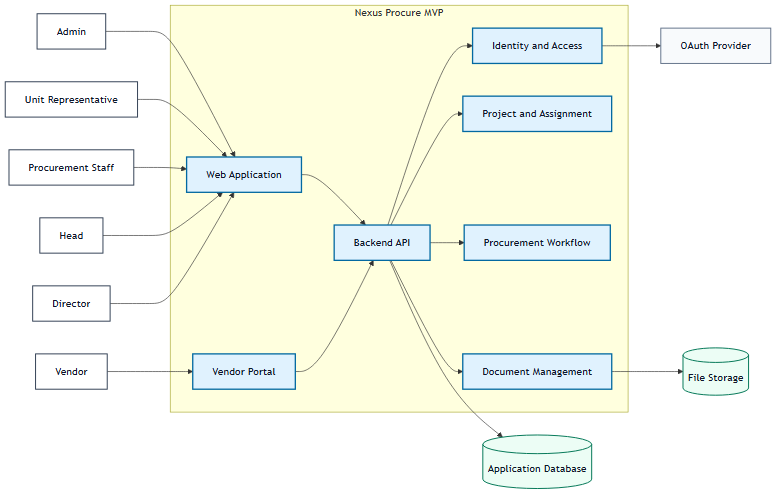
Earlier version of the Mermaid export report-diagrams/01-system-context.png (capmoo-capstone/report). Its source is kept beside it as report-diagrams/01-system-context.mmd.
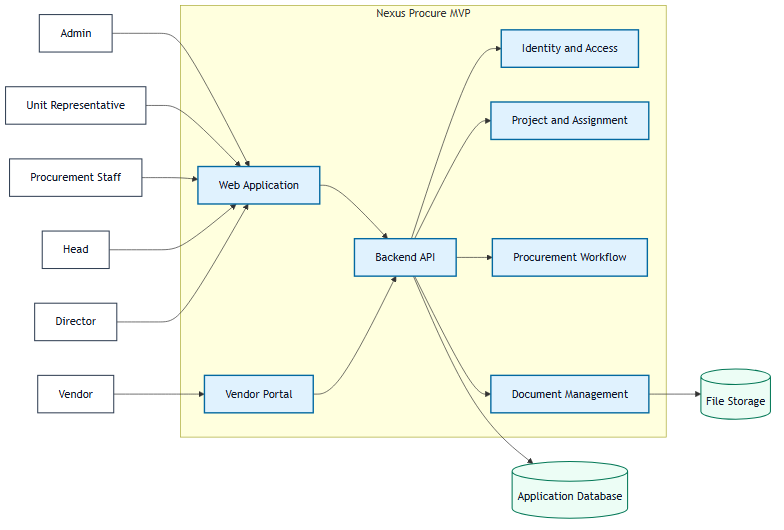
Later version of the same file.

The edit, as a diff of the source:
```diff
@@ -21,7 +21,6 @@
         VendorPortal["Vendor Portal"]:::system
     end
 
-    OAuth["OAuth Provider"]:::external
     DB[("Application Database")]:::storage
     FileStore[("File Storage")]:::storage
 
@@ -40,4 +39,3 @@
     API --> Documents
     API --> DB
     Documents --> FileStore
-    Auth --> OAuth
```
